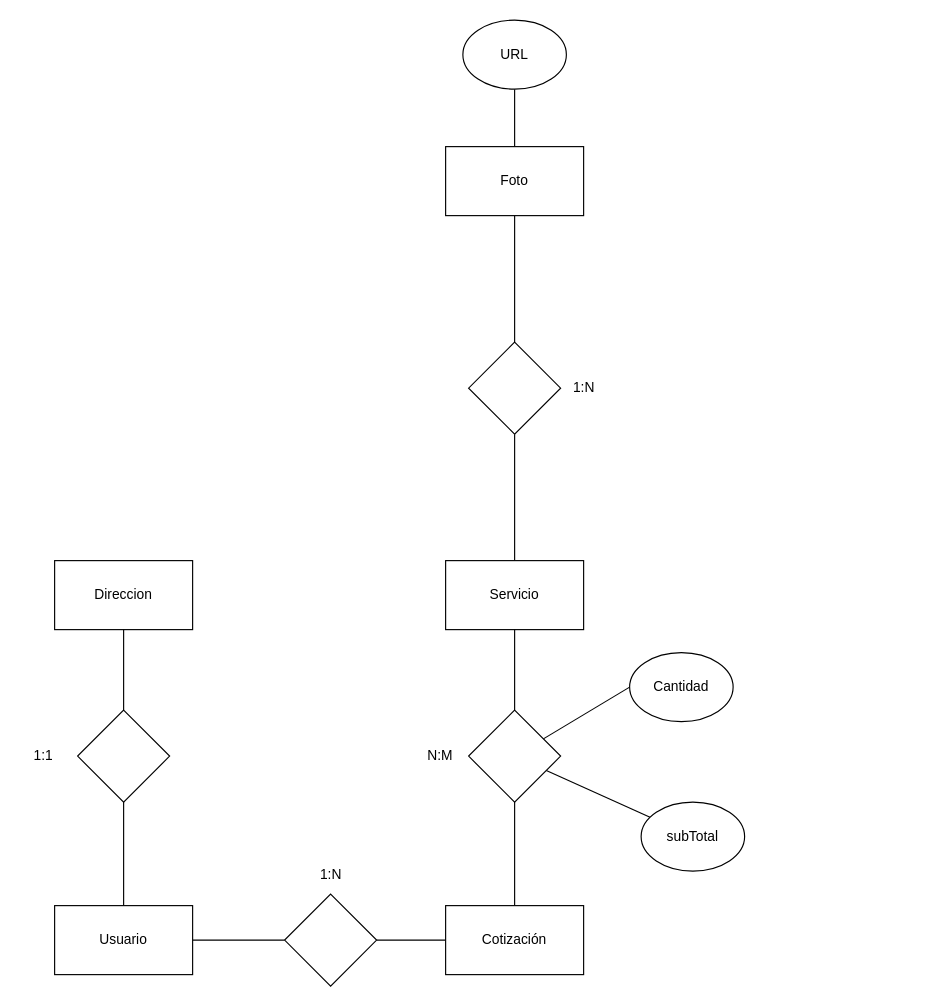
The draw.io diagram page "Entidad - Relación" (2 of 2) of Documentación/Diagrama de Clases_SOPLAY.drawio in Daoma-Ala/soplay-project, before the edit. Source tidied: cells renumbered, new cells numbered last; positions are measured from the earlier drawing's top-left corner, leaving out a move shared by most shapes. Both pictures are drawn from the tidied source at 115%, with x=0, y=0 at pixel (20, 20).
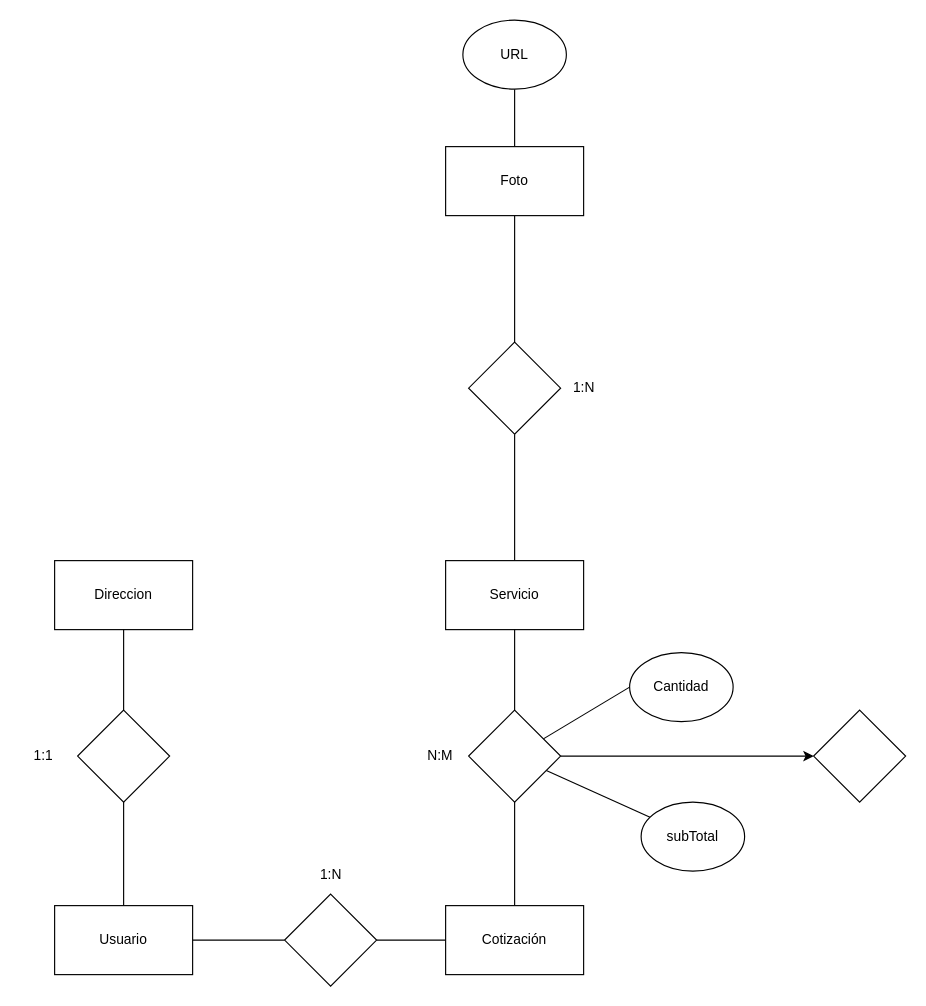
After the change.

The change refers to these unchanged cells:
```xml
<mxCell id="19" style="rhombus;whiteSpace=wrap;html=1;" parent="1" vertex="1">
  <mxGeometry x="390" y="600" width="80" height="80" as="geometry" />
</mxCell>
```

Change to the diagram source:
```diff
@@
+    <mxCell id="29" style="edgeStyle=orthogonalEdgeStyle;rounded=0;jettySize=auto;html=1;" parent="1" edge="1" source="19" target="30">
+      <mxGeometry relative="1" as="geometry" />
+    </mxCell>
@@
+    <mxCell id="30" style="rhombus;whiteSpace=wrap;html=1;" parent="1" vertex="1">
+      <mxGeometry x="690" y="600" width="80" height="80" as="geometry" />
+    </mxCell>
```
